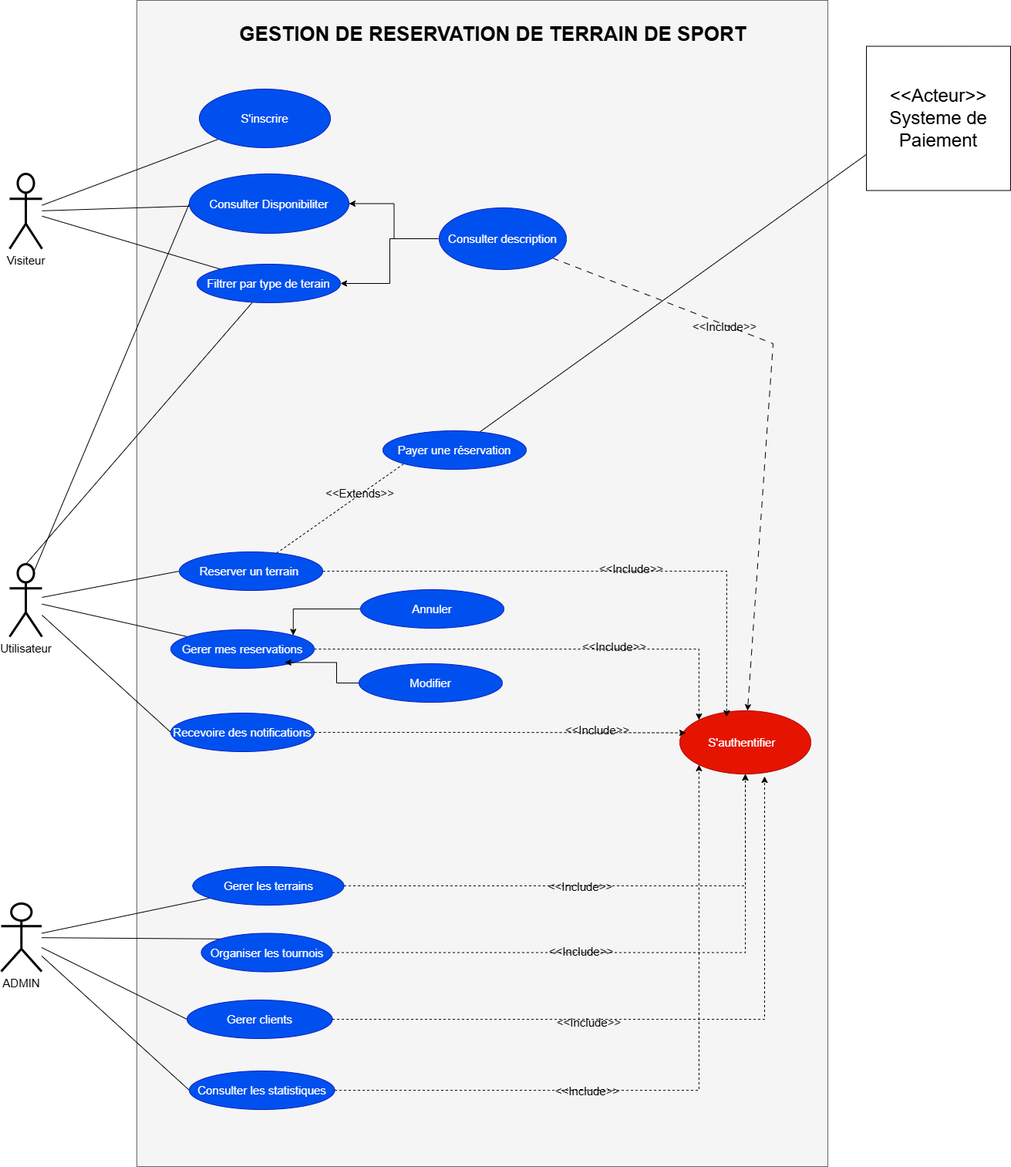
Before: Conception UML/Use case.drawio.png, a diagram exported from draw.io (houssamlambara/GR_foot). Source tidied: cells renumbered, new cells last; positions are measured from the earlier drawing's top-left corner, leaving out a move shared by most shapes.
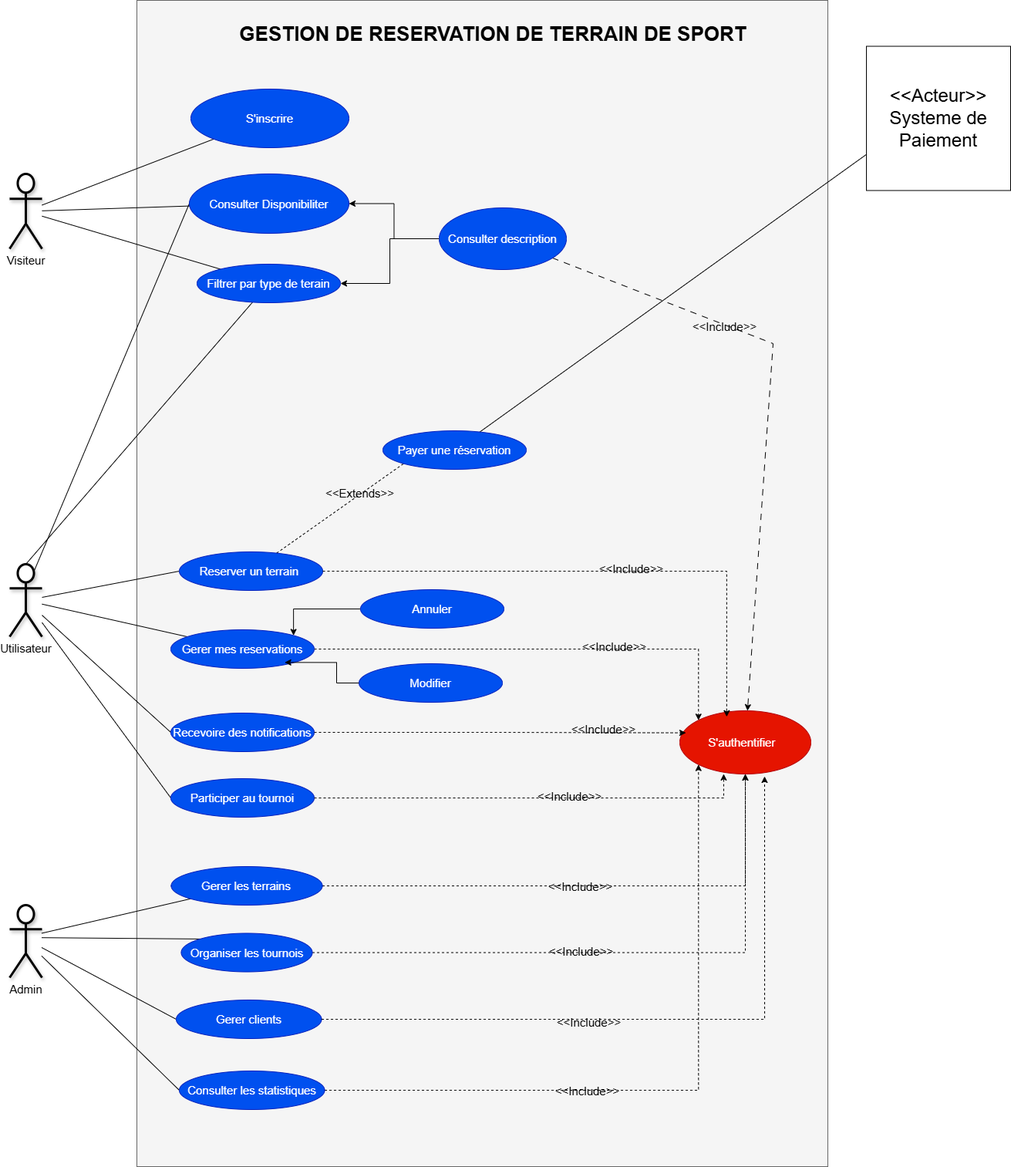
The same file after the commit.

Diff of the diagram source:
```diff
@@ -14,7 +14,7 @@
     <mxCell id="5" style="rounded=0;jettySize=auto;html=1;entryX=0;entryY=1;entryDx=0;entryDy=0;startArrow=none;startFill=0;endArrow=none;endFill=0;" parent="1" edge="1" source="6" target="26">
       <mxGeometry relative="1" as="geometry" />
     </mxCell>
-    <mxCell id="6" value="&lt;span style=&quot;background-color: light-dark(#ffffff, var(--ge-dark-color, #121212));&quot;&gt;Visiteur&lt;/span&gt;" style="shape=umlActor;verticalLabelPosition=bottom;verticalAlign=top;html=1;outlineConnect=0;fontSize=15;strokeColor=default;strokeWidth=3;fillColor=default;gradientColor=none;" parent="1" vertex="1">
+    <mxCell id="6" value="&lt;span style=&quot;background-color: light-dark(#ffffff, var(--ge-dark-color, #121212));&quot;&gt;Visiteur&lt;/span&gt;" style="shape=umlActor;verticalLabelPosition=bottom;verticalAlign=top;html=1;outlineConnect=0;fontSize=15;strokeColor=default;strokeWidth=3;fillColor=default;gradientColor=none;shadow=1;" parent="1" vertex="1">
       <mxGeometry x="11" y="225" width="42" height="97" as="geometry" />
     </mxCell>
     <mxCell id="7" style="rounded=0;jettySize=auto;html=1;endArrow=none;endFill=0;" parent="1" edge="1" source="12" target="21">
@@ -32,24 +32,32 @@
     <mxCell id="11" style="rounded=0;jettySize=auto;html=1;entryX=0;entryY=0.5;entryDx=0;entryDy=0;endArrow=none;startFill=0;" parent="1" edge="1" source="12" target="50">
       <mxGeometry relative="1" as="geometry" />
     </mxCell>
+    <mxCell id="58" style="rounded=0;jettySize=auto;html=1;entryX=0;entryY=0.5;entryDx=0;entryDy=0;endArrow=none;endFill=1;startFill=0;" parent="1" edge="1" source="12" target="59">
+      <mxGeometry relative="1" as="geometry" />
+    </mxCell>
-    <mxCell id="12" value="&lt;span style=&quot;background-color: light-dark(#ffffff, var(--ge-dark-color, #121212));&quot;&gt;Utilisateur&lt;/span&gt;" style="shape=umlActor;verticalLabelPosition=bottom;verticalAlign=top;html=1;outlineConnect=0;fontSize=15;strokeWidth=3;" parent="1" vertex="1">
+    <mxCell id="12" value="&lt;span style=&quot;background-color: light-dark(#ffffff, var(--ge-dark-color, #121212));&quot;&gt;Utilisateur&lt;/span&gt;" style="shape=umlActor;verticalLabelPosition=bottom;verticalAlign=top;html=1;outlineConnect=0;fontSize=15;strokeWidth=3;strokeColor=default;shadow=1;" parent="1" vertex="1">
       <mxGeometry x="11" y="731" width="42" height="94" as="geometry" />
     </mxCell>
-    <mxCell id="13" style="rounded=0;jettySize=auto;html=1;endArrow=none;endFill=0;" parent="1" edge="1" source="17" target="23">
-      <mxGeometry relative="1" as="geometry" />
+    <mxCell id="13" style="rounded=0;jettySize=auto;html=1;endArrow=none;endFill=0;" parent="1" edge="1" target="23">
+      <mxGeometry relative="1" as="geometry">
+        <mxPoint x="52.5" y="1209.5" as="sourcePoint" />
+      </mxGeometry>
     </mxCell>
-    <mxCell id="14" style="rounded=0;jettySize=auto;html=1;entryX=0;entryY=0;entryDx=0;entryDy=0;endArrow=none;endFill=0;" parent="1" edge="1" source="17" target="25">
-      <mxGeometry relative="1" as="geometry" />
+    <mxCell id="14" style="rounded=0;jettySize=auto;html=1;entryX=0;entryY=0;entryDx=0;entryDy=0;endArrow=none;endFill=0;" parent="1" edge="1" target="25">
+      <mxGeometry relative="1" as="geometry">
+        <mxPoint x="52.5" y="1215.2" as="sourcePoint" />
+      </mxGeometry>
     </mxCell>
-    <mxCell id="15" style="rounded=0;jettySize=auto;html=1;entryX=0;entryY=0.5;entryDx=0;entryDy=0;endArrow=none;startFill=0;" parent="1" edge="1" source="17" target="37">
-      <mxGeometry relative="1" as="geometry" />
+    <mxCell id="15" style="rounded=0;jettySize=auto;html=1;entryX=0;entryY=0.5;entryDx=0;entryDy=0;endArrow=none;startFill=0;" parent="1" edge="1" target="37">
+      <mxGeometry relative="1" as="geometry">
+        <mxPoint x="52.5" y="1228" as="sourcePoint" />
+      </mxGeometry>
     </mxCell>
-    <mxCell id="16" style="rounded=0;jettySize=auto;html=1;entryX=0;entryY=0.5;entryDx=0;entryDy=0;endArrow=none;startFill=0;" parent="1" edge="1" source="17" target="39">
-      <mxGeometry relative="1" as="geometry" />
+    <mxCell id="16" style="rounded=0;jettySize=auto;html=1;entryX=0;entryY=0.5;entryDx=0;entryDy=0;endArrow=none;startFill=0;" parent="1" edge="1" target="39">
+      <mxGeometry relative="1" as="geometry">
+        <mxPoint x="52.5" y="1238.9" as="sourcePoint" />
+      </mxGeometry>
     </mxCell>
-    <mxCell id="17" value="&lt;div&gt;ADMIN&lt;/div&gt;&lt;div&gt;&lt;br&gt;&lt;/div&gt;" style="shape=umlActor;verticalLabelPosition=bottom;verticalAlign=top;html=1;outlineConnect=0;fontSize=15;strokeWidth=3;" parent="1" vertex="1">
-      <mxGeometry y="1171" width="52.5" height="88" as="geometry" />
-    </mxCell>
     <mxCell id="18" value="&lt;span&gt;&lt;font&gt;Consulter Disponibiliter&lt;/font&gt;&lt;/span&gt;" style="ellipse;whiteSpace=wrap;html=1;fillColor=#0050ef;fontColor=#ffffff;strokeColor=#001DBC;fontSize=15;" parent="1" vertex="1">
       <mxGeometry x="244" y="225" width="207" height="77" as="geometry" />
     </mxCell>
@@ -66,16 +74,16 @@
       <mxGeometry relative="1" as="geometry" />
     </mxCell>
     <mxCell id="23" value="&lt;span&gt;&lt;font&gt;Gerer les terrains&lt;/font&gt;&lt;/span&gt;" style="ellipse;whiteSpace=wrap;html=1;fillColor=#0050ef;fontColor=#ffffff;strokeColor=#001DBC;fontSize=15;" parent="1" vertex="1">
-      <mxGeometry x="248.5" y="1123" width="196" height="50" as="geometry" />
+      <mxGeometry x="220.5" y="1123" width="196" height="50" as="geometry" />
     </mxCell>
     <mxCell id="24" style="edgeStyle=orthogonalEdgeStyle;rounded=0;jettySize=auto;html=1;entryX=0.5;entryY=1;entryDx=0;entryDy=0;dashed=1;" parent="1" edge="1" source="25" target="27">
       <mxGeometry relative="1" as="geometry" />
     </mxCell>
     <mxCell id="25" value="Organiser les tournois" style="ellipse;whiteSpace=wrap;html=1;fillColor=#0050ef;fontColor=#ffffff;strokeColor=#001DBC;fontSize=15;" parent="1" vertex="1">
-      <mxGeometry x="259.5" y="1209.5" width="170" height="50" as="geometry" />
+      <mxGeometry x="233.5" y="1209.5" width="170" height="50" as="geometry" />
     </mxCell>
     <mxCell id="26" value="&lt;span&gt;&lt;font&gt;S'inscrire&lt;/font&gt;&lt;/span&gt;" style="ellipse;whiteSpace=wrap;html=1;fillColor=#0050ef;fontColor=#ffffff;strokeColor=#001DBC;fontSize=15;" parent="1" vertex="1">
-      <mxGeometry x="257" y="115" width="170" height="76" as="geometry" />
+      <mxGeometry x="246" y="115" width="205" height="76" as="geometry" />
     </mxCell>
     <mxCell id="27" value="&lt;span&gt;&lt;font&gt;S'authentifier&amp;nbsp;&amp;nbsp;&lt;/font&gt;&lt;/span&gt;" style="ellipse;whiteSpace=wrap;html=1;fillColor=#e51400;fontColor=#ffffff;strokeColor=#B20000;fontSize=15;" parent="1" vertex="1">
       <mxGeometry x="880" y="921" width="170" height="82" as="geometry" />
@@ -120,13 +128,13 @@
       <mxGeometry x="759" y="1413" as="geometry" />
     </mxCell>
     <mxCell id="37" value="&lt;span&gt;&lt;font&gt;Gerer clients&lt;/font&gt;&lt;/span&gt;" style="ellipse;whiteSpace=wrap;html=1;fillColor=#0050ef;fontColor=#ffffff;strokeColor=#001DBC;fontSize=15;" parent="1" vertex="1">
-      <mxGeometry x="241" y="1296" width="188.5" height="50" as="geometry" />
+      <mxGeometry x="227" y="1296" width="188.5" height="50" as="geometry" />
     </mxCell>
     <mxCell id="38" style="edgeStyle=orthogonalEdgeStyle;rounded=0;jettySize=auto;html=1;entryX=0;entryY=1;entryDx=0;entryDy=0;dashed=1;" parent="1" edge="1" source="39" target="27">
       <mxGeometry relative="1" as="geometry" />
     </mxCell>
     <mxCell id="39" value="&lt;span&gt;&lt;font&gt;Consulter les statistiques&lt;/font&gt;&lt;/span&gt;" style="ellipse;whiteSpace=wrap;html=1;fillColor=#0050ef;fontColor=#ffffff;strokeColor=#001DBC;fontSize=15;" parent="1" vertex="1">
-      <mxGeometry x="244" y="1388" width="188.5" height="50" as="geometry" />
+      <mxGeometry x="231" y="1388" width="188.5" height="50" as="geometry" />
     </mxCell>
     <mxCell id="40" style="edgeStyle=orthogonalEdgeStyle;rounded=0;jettySize=auto;html=1;entryX=1;entryY=0;entryDx=0;entryDy=0;" parent="1" edge="1" source="41" target="21">
       <mxGeometry relative="1" as="geometry" />
@@ -181,7 +189,7 @@
     </mxCell>
     <mxCell id="55" value="&amp;lt;&amp;lt;Include&amp;gt;&amp;gt;" style="edgeLabel;html=1;align=center;verticalAlign=middle;labelBackgroundColor=none;fontSize=15;" parent="1" vertex="1">
       <mxGeometry x="781" y="946" as="geometry">
-        <mxPoint x="-9" y="-1" as="offset" />
+        <mxPoint x="-1" y="-2" as="offset" />
       </mxGeometry>
     </mxCell>
     <mxCell id="56" value="&lt;font style=&quot;font-size: 24px;&quot;&gt;&amp;lt;&amp;lt;Acteur&amp;gt;&amp;gt;&lt;br&gt;Systeme de Paiement&lt;/font&gt;" style="whiteSpace=wrap;html=1;" parent="1" vertex="1">
@@ -192,5 +200,19 @@
         <mxPoint x="-9" y="-5" as="offset" />
       </mxGeometry>
     </mxCell>
+    <mxCell id="59" value="Participer au tournoi" style="ellipse;whiteSpace=wrap;html=1;fillColor=#0050ef;fontColor=#ffffff;strokeColor=#001DBC;fontSize=15;" parent="1" vertex="1">
+      <mxGeometry x="220" y="1009" width="186" height="50" as="geometry" />
+    </mxCell>
+    <mxCell id="60" style="edgeStyle=orthogonalEdgeStyle;rounded=0;jettySize=auto;html=1;entryX=0.335;entryY=0.999;entryDx=0;entryDy=0;entryPerimeter=0;dashed=1;" parent="1" edge="1" source="59" target="27">
+      <mxGeometry relative="1" as="geometry" />
+    </mxCell>
+    <mxCell id="61" value="&amp;lt;&amp;lt;Include&amp;gt;&amp;gt;" style="edgeLabel;html=1;align=center;verticalAlign=middle;labelBackgroundColor=none;fontSize=15;" parent="1" vertex="1">
+      <mxGeometry x="737" y="1033" as="geometry">
+        <mxPoint x="-1" y="-2" as="offset" />
+      </mxGeometry>
+    </mxCell>
+    <mxCell id="62" value="&lt;span style=&quot;background-color: light-dark(#ffffff, var(--ge-dark-color, #121212));&quot;&gt;Admin&lt;/span&gt;" style="shape=umlActor;verticalLabelPosition=bottom;verticalAlign=top;html=1;fontSize=15;strokeWidth=3;shadow=1;" parent="1" vertex="1">
+      <mxGeometry x="11" y="1173" width="42" height="94" as="geometry" />
+    </mxCell>
   </root>
 </mxGraphModel>
```
